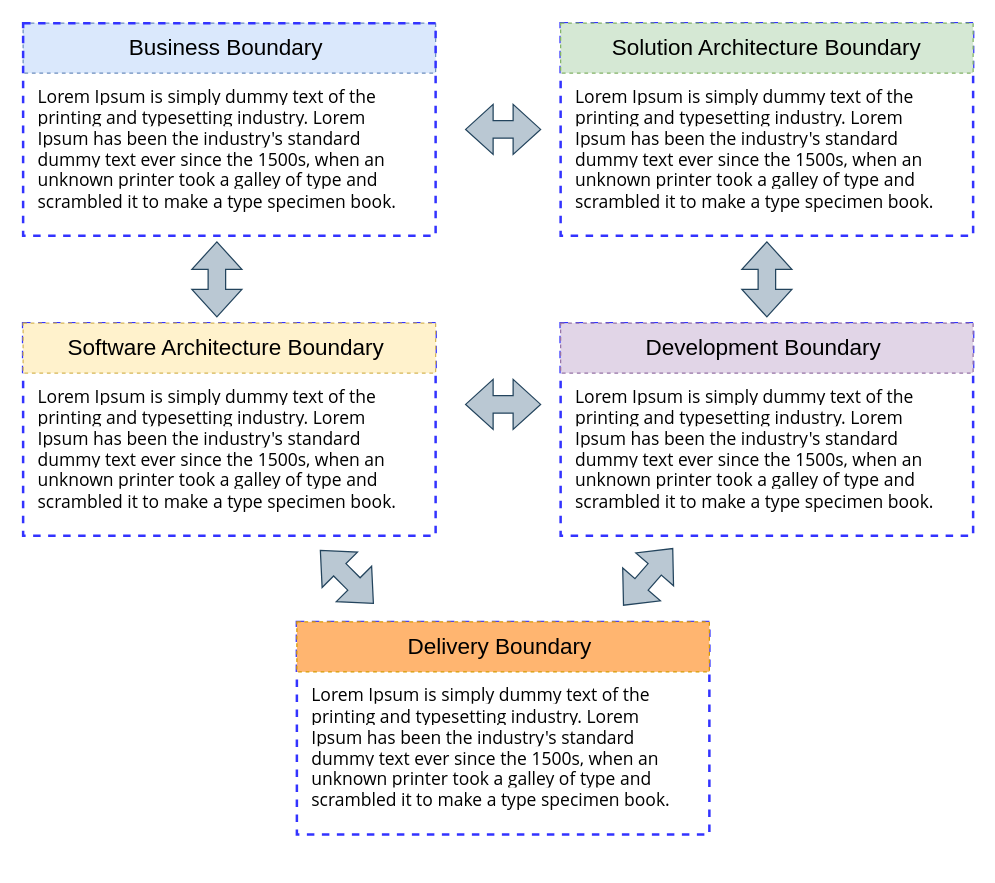
Earlier version of the draw.io diagram Software Development Process Framework - boundaries.drawio (rpicanco/MicroserviceArchitectureSolutionFramework). Source tidied: cells renumbered, new cells numbered last; positions are measured from the earlier drawing's top-left corner, leaving out a move shared by most shapes. Both pictures are drawn from the tidied source at 125%, with x=0, y=0 at pixel (22, 22). Pictures stored in the file or linked from it are replaced by grey dashed boxes.
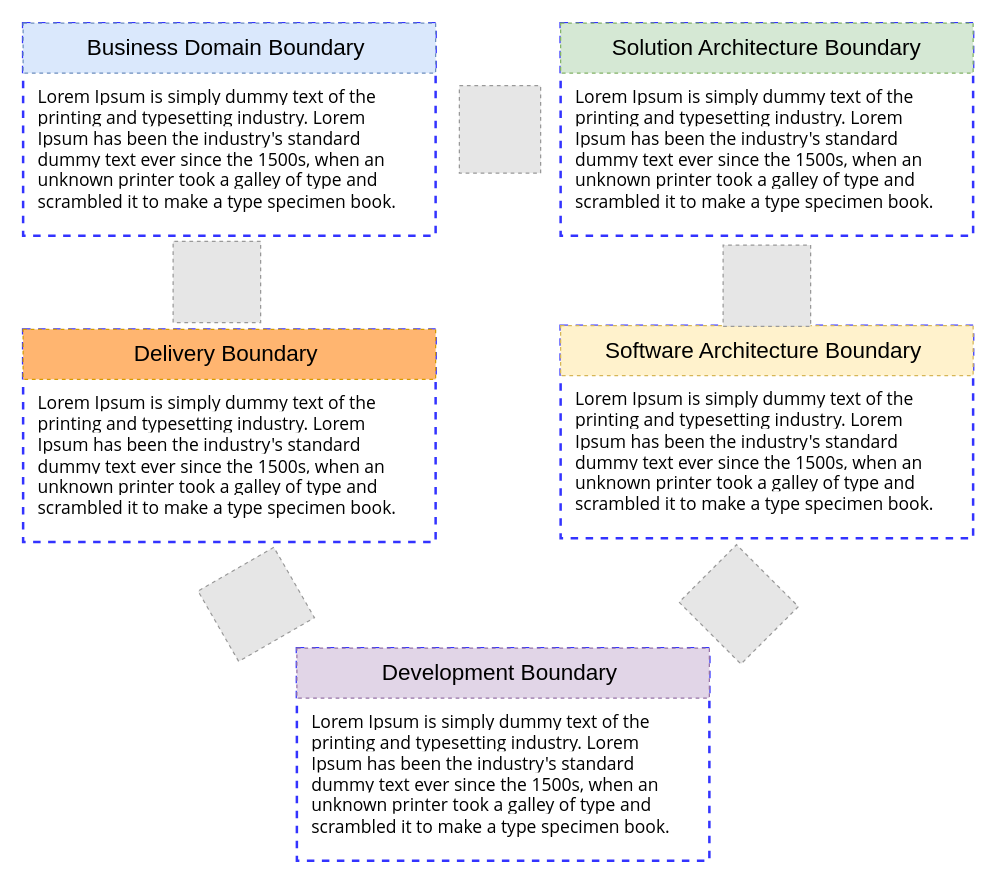
The same page after the edit.

What changed in the source:
```diff
@@
+    <mxCell id="4" style="rounded=0;whiteSpace=wrap;html=1;dashed=1;fillColor=none;strokeColor=#3333FF;strokeWidth=2;" parent="1" vertex="1">
+      <mxGeometry width="330" height="170" as="geometry" />
+    </mxCell>
+    <mxCell id="6" value="&lt;font style=&quot;font-size: 14px&quot;&gt;&lt;span style=&quot;margin: 0px ; padding: 0px ; font-family: &amp;#34;open sans&amp;#34; , &amp;#34;arial&amp;#34; , sans-serif ; background-color: rgb(255 , 255 , 255)&quot;&gt;Lorem Ipsum&lt;/span&gt;&lt;span style=&quot;font-family: &amp;#34;open sans&amp;#34; , &amp;#34;arial&amp;#34; , sans-serif ; background-color: rgb(255 , 255 , 255)&quot;&gt;&amp;nbsp;is simply dummy text of the printing and typesetting industry. Lorem Ipsum has been the industry's standard dummy text ever since the 1500s, when an unknown printer took a galley of type and scrambled it to make a type specimen book.&lt;/span&gt;&lt;/font&gt;" style="text;html=1;strokeColor=none;fillColor=none;align=left;verticalAlign=middle;whiteSpace=wrap;rounded=0;" parent="1" vertex="1">
+      <mxGeometry x="10" y="31" width="290" height="139" as="geometry" />
+    </mxCell>
@@
-    <mxCell id="3" value="&lt;div&gt;&lt;font style=&quot;font-size: 18px&quot;&gt;Business Boundary&amp;nbsp;&lt;/font&gt;&lt;/div&gt;" style="text;html=1;strokeColor=#6c8ebf;fillColor=#dae8fc;align=center;verticalAlign=middle;whiteSpace=wrap;rounded=0;dashed=1;" parent="1" vertex="1">
+    <mxCell id="3" value="&lt;div&gt;&lt;font style=&quot;font-size: 18px&quot;&gt;Business Domain Boundary&amp;nbsp;&lt;/font&gt;&lt;/div&gt;" style="text;html=1;strokeColor=#6c8ebf;fillColor=#dae8fc;align=center;verticalAlign=middle;whiteSpace=wrap;rounded=0;dashed=1;" parent="1" vertex="1">
       <mxGeometry width="330" height="40" as="geometry" />
     </mxCell>
-    <mxCell id="4" style="rounded=0;whiteSpace=wrap;html=1;dashed=1;fillColor=none;strokeColor=#3333FF;strokeWidth=2;" parent="1" vertex="1">
-      <mxGeometry width="330" height="170" as="geometry" />
-    </mxCell>
-    <mxCell id="5" style="html=1;shadow=0;dashed=0;align=center;verticalAlign=middle;shape=mxgraph.arrows2.twoWayArrow;dy=0.65;dx=22;fillColor=#bac8d3;strokeColor=#23445d;" parent="1" vertex="1">
-      <mxGeometry x="354" y="65" width="60" height="40" as="geometry" />
-    </mxCell>
-    <mxCell id="6" value="&lt;font style=&quot;font-size: 14px&quot;&gt;&lt;span style=&quot;margin: 0px ; padding: 0px ; font-family: &amp;#34;open sans&amp;#34; , &amp;#34;arial&amp;#34; , sans-serif ; background-color: rgb(255 , 255 , 255)&quot;&gt;Lorem Ipsum&lt;/span&gt;&lt;span style=&quot;font-family: &amp;#34;open sans&amp;#34; , &amp;#34;arial&amp;#34; , sans-serif ; background-color: rgb(255 , 255 , 255)&quot;&gt;&amp;nbsp;is simply dummy text of the printing and typesetting industry. Lorem Ipsum has been the industry's standard dummy text ever since the 1500s, when an unknown printer took a galley of type and scrambled it to make a type specimen book.&lt;/span&gt;&lt;/font&gt;" style="text;html=1;strokeColor=none;fillColor=none;align=left;verticalAlign=middle;whiteSpace=wrap;rounded=0;" parent="1" vertex="1">
-      <mxGeometry x="10" y="31" width="290" height="139" as="geometry" />
-    </mxCell>
@@
     <mxCell id="9" style="rounded=0;whiteSpace=wrap;html=1;dashed=1;fillColor=none;strokeColor=#3333FF;strokeWidth=2;" parent="1" vertex="1">
-      <mxGeometry y="240" width="330" height="170" as="geometry" />
+      <mxGeometry x="430" y="242" width="330" height="170" as="geometry" />
     </mxCell>
     <mxCell id="10" value="&lt;span style=&quot;font-size: 18px&quot;&gt;Software Architecture Boundary&amp;nbsp;&lt;/span&gt;" style="text;html=1;strokeColor=#d6b656;fillColor=#fff2cc;align=center;verticalAlign=middle;whiteSpace=wrap;rounded=0;dashed=1;" parent="1" vertex="1">
-      <mxGeometry y="240" width="330" height="40" as="geometry" />
+      <mxGeometry x="430" y="242" width="330" height="40" as="geometry" />
     </mxCell>
     <mxCell id="11" value="&lt;font style=&quot;font-size: 14px&quot;&gt;&lt;span style=&quot;margin: 0px ; padding: 0px ; font-family: &amp;#34;open sans&amp;#34; , &amp;#34;arial&amp;#34; , sans-serif ; background-color: rgb(255 , 255 , 255)&quot;&gt;Lorem Ipsum&lt;/span&gt;&lt;span style=&quot;font-family: &amp;#34;open sans&amp;#34; , &amp;#34;arial&amp;#34; , sans-serif ; background-color: rgb(255 , 255 , 255)&quot;&gt;&amp;nbsp;is simply dummy text of the printing and typesetting industry. Lorem Ipsum has been the industry's standard dummy text ever since the 1500s, when an unknown printer took a galley of type and scrambled it to make a type specimen book.&lt;/span&gt;&lt;/font&gt;" style="text;html=1;strokeColor=none;fillColor=none;align=left;verticalAlign=middle;whiteSpace=wrap;rounded=0;" parent="1" vertex="1">
-      <mxGeometry x="10" y="271" width="290" height="139" as="geometry" />
+      <mxGeometry x="440" y="273" width="290" height="139" as="geometry" />
     </mxCell>
     <mxCell id="12" style="rounded=0;whiteSpace=wrap;html=1;dashed=1;fillColor=none;strokeColor=#3333FF;strokeWidth=2;" parent="1" vertex="1">
-      <mxGeometry x="430" y="240" width="330" height="170" as="geometry" />
+      <mxGeometry x="219" y="500" width="330" height="170" as="geometry" />
     </mxCell>
     <mxCell id="13" value="&lt;span style=&quot;font-size: 18px&quot;&gt;Development&amp;nbsp;Boundary&amp;nbsp;&lt;/span&gt;" style="text;html=1;strokeColor=#9673a6;fillColor=#e1d5e7;align=center;verticalAlign=middle;whiteSpace=wrap;rounded=0;dashed=1;" parent="1" vertex="1">
-      <mxGeometry x="430" y="240" width="330" height="40" as="geometry" />
+      <mxGeometry x="219" y="500" width="330" height="40" as="geometry" />
     </mxCell>
     <mxCell id="14" value="&lt;font style=&quot;font-size: 14px&quot;&gt;&lt;span style=&quot;margin: 0px ; padding: 0px ; font-family: &amp;#34;open sans&amp;#34; , &amp;#34;arial&amp;#34; , sans-serif ; background-color: rgb(255 , 255 , 255)&quot;&gt;Lorem Ipsum&lt;/span&gt;&lt;span style=&quot;font-family: &amp;#34;open sans&amp;#34; , &amp;#34;arial&amp;#34; , sans-serif ; background-color: rgb(255 , 255 , 255)&quot;&gt;&amp;nbsp;is simply dummy text of the printing and typesetting industry. Lorem Ipsum has been the industry's standard dummy text ever since the 1500s, when an unknown printer took a galley of type and scrambled it to make a type specimen book.&lt;/span&gt;&lt;/font&gt;" style="text;html=1;strokeColor=none;fillColor=none;align=left;verticalAlign=middle;whiteSpace=wrap;rounded=0;" parent="1" vertex="1">
-      <mxGeometry x="440" y="271" width="290" height="139" as="geometry" />
+      <mxGeometry x="229" y="531" width="290" height="139" as="geometry" />
     </mxCell>
     <mxCell id="15" style="rounded=0;whiteSpace=wrap;html=1;dashed=1;fillColor=none;strokeColor=#3333FF;strokeWidth=2;" parent="1" vertex="1">
-      <mxGeometry x="219" y="479" width="330" height="170" as="geometry" />
+      <mxGeometry y="245" width="330" height="170" as="geometry" />
     </mxCell>
-    <mxCell id="16" style="html=1;shadow=0;dashed=0;align=center;verticalAlign=middle;shape=mxgraph.arrows2.twoWayArrow;dy=0.65;dx=22;fillColor=#bac8d3;strokeColor=#23445d;" parent="1" vertex="1">
-      <mxGeometry x="354" y="285" width="60" height="40" as="geometry" />
-    </mxCell>
     <mxCell id="17" value="&lt;span style=&quot;font-size: 18px&quot;&gt;Delivery Boundary&amp;nbsp;&lt;/span&gt;" style="text;html=1;strokeColor=#d79b00;align=center;verticalAlign=middle;whiteSpace=wrap;rounded=0;dashed=1;fillColor=#FFB570;" parent="1" vertex="1">
-      <mxGeometry x="219" y="479" width="330" height="40" as="geometry" />
+      <mxGeometry y="245" width="330" height="40" as="geometry" />
     </mxCell>
     <mxCell id="18" value="&lt;font style=&quot;font-size: 14px&quot;&gt;&lt;span style=&quot;margin: 0px ; padding: 0px ; font-family: &amp;#34;open sans&amp;#34; , &amp;#34;arial&amp;#34; , sans-serif ; background-color: rgb(255 , 255 , 255)&quot;&gt;Lorem Ipsum&lt;/span&gt;&lt;span style=&quot;font-family: &amp;#34;open sans&amp;#34; , &amp;#34;arial&amp;#34; , sans-serif ; background-color: rgb(255 , 255 , 255)&quot;&gt;&amp;nbsp;is simply dummy text of the printing and typesetting industry. Lorem Ipsum has been the industry's standard dummy text ever since the 1500s, when an unknown printer took a galley of type and scrambled it to make a type specimen book.&lt;/span&gt;&lt;/font&gt;" style="text;html=1;strokeColor=none;fillColor=none;align=left;verticalAlign=middle;whiteSpace=wrap;rounded=0;" parent="1" vertex="1">
-      <mxGeometry x="229" y="510" width="290" height="139" as="geometry" />
+      <mxGeometry x="10" y="276" width="290" height="139" as="geometry" />
     </mxCell>
-    <mxCell id="19" style="html=1;shadow=0;dashed=0;align=center;verticalAlign=middle;shape=mxgraph.arrows2.twoWayArrow;dy=0.65;dx=22;fillColor=#bac8d3;strokeColor=#23445d;rotation=-90;" parent="1" vertex="1">
-      <mxGeometry x="125" y="185" width="60" height="40" as="geometry" />
-    </mxCell>
-    <mxCell id="20" style="html=1;shadow=0;dashed=0;align=center;verticalAlign=middle;shape=mxgraph.arrows2.twoWayArrow;dy=0.65;dx=22;fillColor=#bac8d3;strokeColor=#23445d;rotation=-90;" parent="1" vertex="1">
-      <mxGeometry x="565" y="185" width="60" height="40" as="geometry" />
-    </mxCell>
-    <mxCell id="21" style="html=1;shadow=0;dashed=0;align=center;verticalAlign=middle;shape=mxgraph.arrows2.twoWayArrow;dy=0.65;dx=22;fillColor=#bac8d3;strokeColor=#23445d;rotation=45;" parent="1" vertex="1">
-      <mxGeometry x="229" y="423" width="60" height="40" as="geometry" />
-    </mxCell>
-    <mxCell id="22" style="html=1;shadow=0;dashed=0;align=center;verticalAlign=middle;shape=mxgraph.arrows2.twoWayArrow;dy=0.65;dx=22;fillColor=#bac8d3;strokeColor=#23445d;rotation=-49;" parent="1" vertex="1">
-      <mxGeometry x="470" y="423" width="60" height="40" as="geometry" />
-    </mxCell>
+    <mxCell id="23" style="fillColor=#E6E6E6;strokeColor=#999999;dashed=1;verticalLabelPosition=bottom;labelBackgroundColor=#ffffff;verticalAlign=top;" parent="1" vertex="1">
+      <mxGeometry x="349" y="50" width="65" height="70" as="geometry" />
+    </mxCell>
+    <mxCell id="24" style="fillColor=#E6E6E6;strokeColor=#999999;dashed=1;verticalLabelPosition=bottom;labelBackgroundColor=#ffffff;verticalAlign=top;rotation=90;" parent="1" vertex="1">
+      <mxGeometry x="562.5" y="175" width="65" height="70" as="geometry" />
+    </mxCell>
+    <mxCell id="25" style="fillColor=#E6E6E6;strokeColor=#999999;dashed=1;verticalLabelPosition=bottom;labelBackgroundColor=#ffffff;verticalAlign=top;rotation=-90;" parent="1" vertex="1">
+      <mxGeometry x="122.5" y="172" width="65" height="70" as="geometry" />
+    </mxCell>
+    <mxCell id="26" style="fillColor=#E6E6E6;strokeColor=#999999;dashed=1;verticalLabelPosition=bottom;labelBackgroundColor=#ffffff;verticalAlign=top;rotation=135;" parent="1" vertex="1">
+      <mxGeometry x="540" y="430" width="65" height="70" as="geometry" />
+    </mxCell>
+    <mxCell id="27" style="fillColor=#E6E6E6;strokeColor=#999999;dashed=1;verticalLabelPosition=bottom;labelBackgroundColor=#ffffff;verticalAlign=top;rotation=-120;" parent="1" vertex="1">
+      <mxGeometry x="154" y="430" width="65" height="70" as="geometry" />
+    </mxCell>
```
